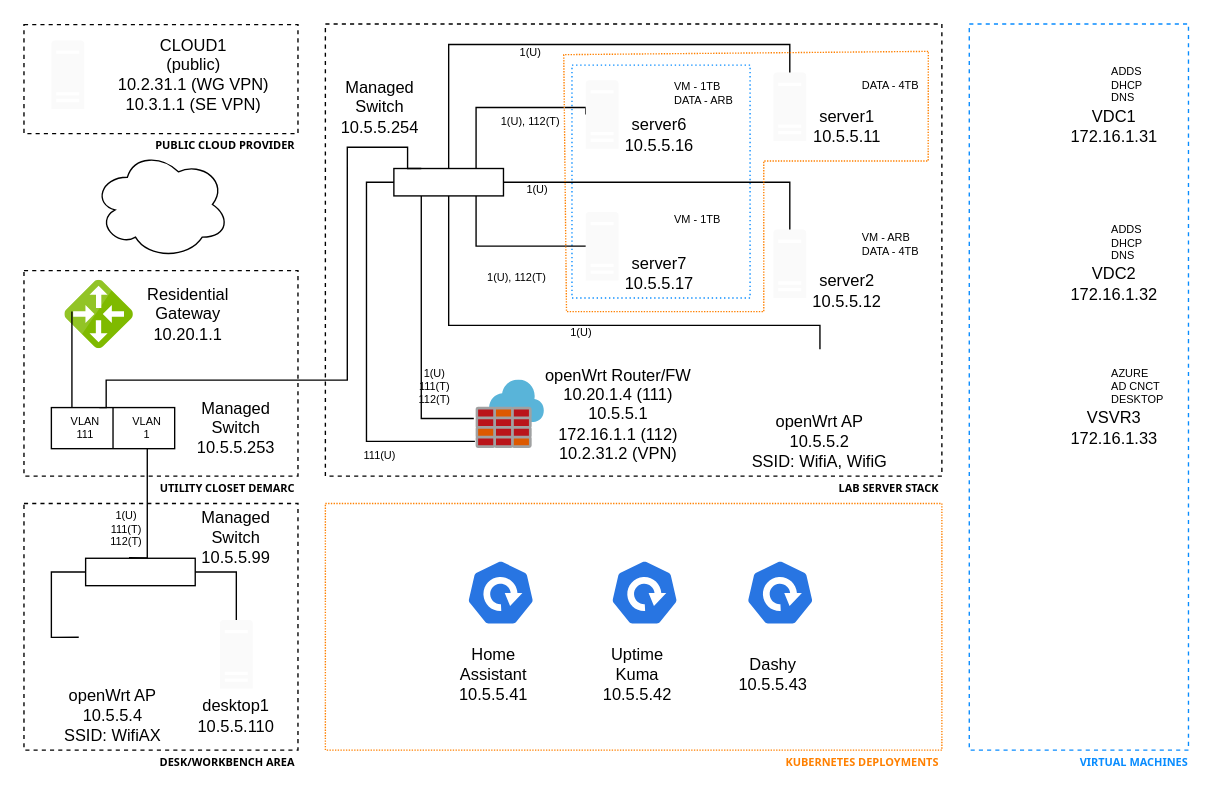
scottr131/lab keeps this draw.io diagram as lab diagram.drawio. Above is the earlier version. Source tidied: cells renumbered, new cells numbered last; positions are measured from the earlier drawing's top-left corner, leaving out a move shared by most shapes. Both pictures are drawn from the tidied source at 137%, with x=0, y=0 at pixel (23, 23).
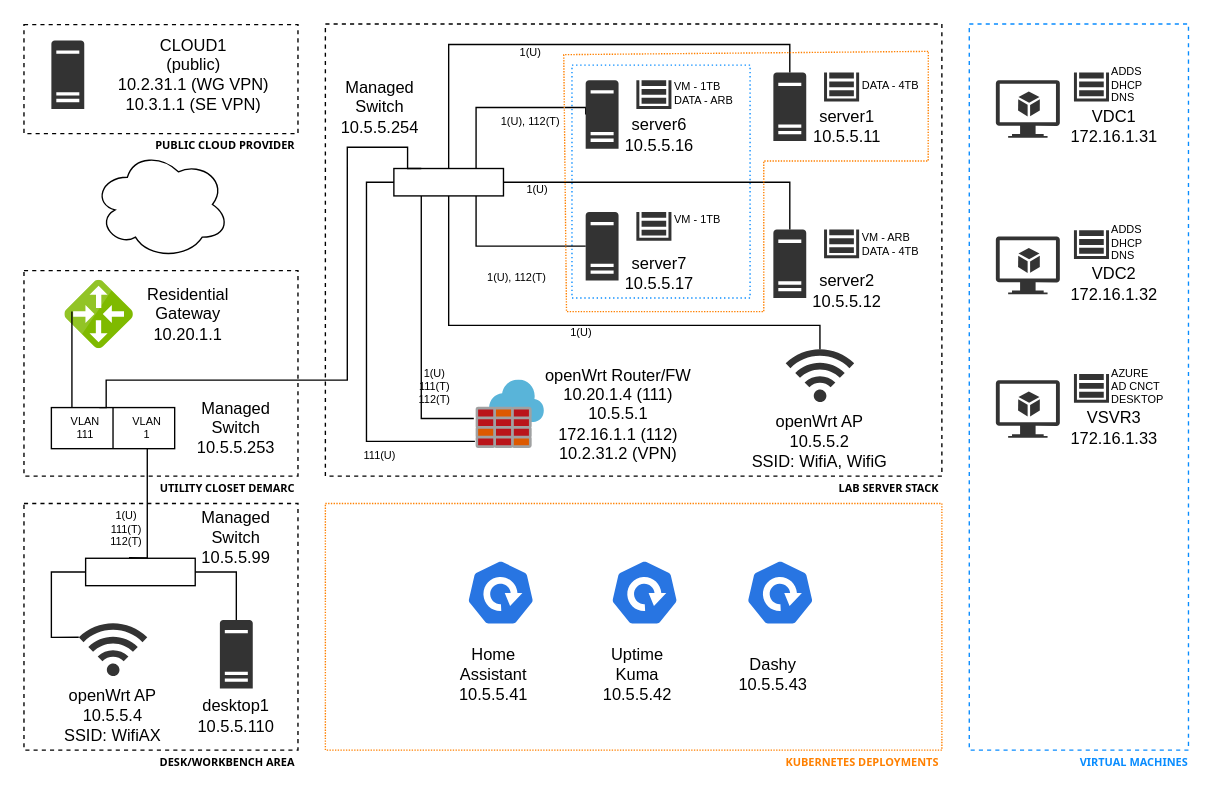
The same page after the edit.

Change to the diagram source:
```diff
@@
-    <mxCell id="24" style="sketch=0;shadow=0;dashed=0;html=1;strokeColor=none;labelPosition=center;verticalLabelPosition=bottom;verticalAlign=top;align=center;fillColor=#FFFFFF;shape=mxgraph.mscae.enterprise.wireless_connection;rotation=-90;" parent="1" vertex="1">
+    <mxCell id="24" style="sketch=0;shadow=0;dashed=0;html=1;strokeColor=none;labelPosition=center;verticalLabelPosition=bottom;verticalAlign=top;align=center;fillColor=#333333;shape=mxgraph.mscae.enterprise.wireless_connection;rotation=-90;" parent="1" vertex="1">
       <mxGeometry x="560" y="230" width="42" height="50" as="geometry" />
     </mxCell>
@@
-    <mxCell id="26" style="sketch=0;shadow=0;dashed=0;html=1;strokeColor=none;labelPosition=center;verticalLabelPosition=bottom;verticalAlign=top;align=center;fillColor=#fafafa;shape=mxgraph.mscae.enterprise.server_generic;" parent="1" vertex="1">
+    <mxCell id="26" style="sketch=0;shadow=0;dashed=0;html=1;strokeColor=none;labelPosition=center;verticalLabelPosition=bottom;verticalAlign=top;align=center;fillColor=#333333;shape=mxgraph.mscae.enterprise.server_generic;" parent="1" vertex="1">
       <mxGeometry x="410" y="41" width="24" height="50" as="geometry" />
     </mxCell>
-    <mxCell id="27" style="sketch=0;shadow=0;dashed=0;html=1;strokeColor=none;labelPosition=center;verticalLabelPosition=bottom;verticalAlign=top;align=center;fillColor=#ffffff;shape=mxgraph.mscae.enterprise.storage;" parent="1" vertex="1">
+    <mxCell id="27" style="sketch=0;shadow=0;dashed=0;html=1;strokeColor=none;labelPosition=center;verticalLabelPosition=bottom;verticalAlign=top;align=center;fillColor=#333333;shape=mxgraph.mscae.enterprise.storage;" parent="1" vertex="1">
       <mxGeometry x="447" y="41" width="25.6" height="21" as="geometry" />
     </mxCell>
@@
-    <mxCell id="29" style="sketch=0;shadow=0;dashed=0;html=1;strokeColor=none;labelPosition=center;verticalLabelPosition=bottom;verticalAlign=top;align=center;fillColor=#fafafa;shape=mxgraph.mscae.enterprise.server_generic;" parent="1" vertex="1">
+    <mxCell id="29" style="sketch=0;shadow=0;dashed=0;html=1;strokeColor=none;labelPosition=center;verticalLabelPosition=bottom;verticalAlign=top;align=center;fillColor=#333333;shape=mxgraph.mscae.enterprise.server_generic;" parent="1" vertex="1">
       <mxGeometry x="410" y="137.2" width="24" height="50" as="geometry" />
     </mxCell>
-    <mxCell id="30" style="sketch=0;shadow=0;dashed=0;html=1;strokeColor=none;labelPosition=center;verticalLabelPosition=bottom;verticalAlign=top;align=center;fillColor=#ffffff;shape=mxgraph.mscae.enterprise.storage;" parent="1" vertex="1">
+    <mxCell id="30" style="sketch=0;shadow=0;dashed=0;html=1;strokeColor=none;labelPosition=center;verticalLabelPosition=bottom;verticalAlign=top;align=center;fillColor=#333333;shape=mxgraph.mscae.enterprise.storage;" parent="1" vertex="1">
       <mxGeometry x="447" y="137.2" width="25.6" height="21" as="geometry" />
     </mxCell>
@@
-    <mxCell id="32" style="sketch=0;shadow=0;dashed=0;html=1;strokeColor=none;labelPosition=center;verticalLabelPosition=bottom;verticalAlign=top;align=center;fillColor=#fafafa;shape=mxgraph.mscae.enterprise.server_generic;" parent="1" vertex="1">
+    <mxCell id="32" style="sketch=0;shadow=0;dashed=0;html=1;strokeColor=none;labelPosition=center;verticalLabelPosition=bottom;verticalAlign=top;align=center;fillColor=#333333;shape=mxgraph.mscae.enterprise.server_generic;" parent="1" vertex="1">
       <mxGeometry x="547" y="35.5" width="24" height="50" as="geometry" />
     </mxCell>
-    <mxCell id="33" style="sketch=0;shadow=0;dashed=0;html=1;strokeColor=none;labelPosition=center;verticalLabelPosition=bottom;verticalAlign=top;align=center;fillColor=#ffffff;shape=mxgraph.mscae.enterprise.storage;" parent="1" vertex="1">
+    <mxCell id="33" style="sketch=0;shadow=0;dashed=0;html=1;strokeColor=none;labelPosition=center;verticalLabelPosition=bottom;verticalAlign=top;align=center;fillColor=#333333;shape=mxgraph.mscae.enterprise.storage;" parent="1" vertex="1">
       <mxGeometry x="584" y="35.5" width="25.6" height="21" as="geometry" />
     </mxCell>
@@
-    <mxCell id="35" style="sketch=0;shadow=0;dashed=0;html=1;strokeColor=none;labelPosition=center;verticalLabelPosition=bottom;verticalAlign=top;align=center;fillColor=#fafafa;shape=mxgraph.mscae.enterprise.server_generic;" parent="1" vertex="1">
+    <mxCell id="35" style="sketch=0;shadow=0;dashed=0;html=1;strokeColor=none;labelPosition=center;verticalLabelPosition=bottom;verticalAlign=top;align=center;fillColor=#333333;shape=mxgraph.mscae.enterprise.server_generic;" parent="1" vertex="1">
       <mxGeometry x="547" y="150" width="24" height="50" as="geometry" />
     </mxCell>
-    <mxCell id="36" style="sketch=0;shadow=0;dashed=0;html=1;strokeColor=none;labelPosition=center;verticalLabelPosition=bottom;verticalAlign=top;align=center;fillColor=#ffffff;shape=mxgraph.mscae.enterprise.storage;" parent="1" vertex="1">
+    <mxCell id="36" style="sketch=0;shadow=0;dashed=0;html=1;strokeColor=none;labelPosition=center;verticalLabelPosition=bottom;verticalAlign=top;align=center;fillColor=#333333;shape=mxgraph.mscae.enterprise.storage;" parent="1" vertex="1">
       <mxGeometry x="584" y="150" width="25.6" height="21" as="geometry" />
     </mxCell>
@@
-    <mxCell id="59" style="sketch=0;shadow=0;dashed=0;html=1;strokeColor=none;labelPosition=center;verticalLabelPosition=bottom;verticalAlign=top;align=center;fillColor=#ffffff;shape=mxgraph.mscae.enterprise.storage;" parent="1" vertex="1">
+    <mxCell id="59" style="sketch=0;shadow=0;dashed=0;html=1;strokeColor=none;labelPosition=center;verticalLabelPosition=bottom;verticalAlign=top;align=center;fillColor=#333333;shape=mxgraph.mscae.enterprise.storage;" parent="1" vertex="1">
       <mxGeometry x="766.4" y="35.5" width="25.6" height="21" as="geometry" />
     </mxCell>
@@
-    <mxCell id="62" style="sketch=0;shadow=0;dashed=0;html=1;strokeColor=none;labelPosition=center;verticalLabelPosition=bottom;verticalAlign=top;align=center;fillColor=#ffffff;shape=mxgraph.mscae.enterprise.storage;" parent="1" vertex="1">
+    <mxCell id="62" style="sketch=0;shadow=0;dashed=0;html=1;strokeColor=none;labelPosition=center;verticalLabelPosition=bottom;verticalAlign=top;align=center;fillColor=#333333;shape=mxgraph.mscae.enterprise.storage;" parent="1" vertex="1">
       <mxGeometry x="766.4" y="150.5" width="25.6" height="21" as="geometry" />
     </mxCell>
@@
-    <mxCell id="66" style="sketch=0;shadow=0;dashed=0;html=1;strokeColor=none;labelPosition=center;verticalLabelPosition=bottom;verticalAlign=top;align=center;fillColor=#ffffff;shape=mxgraph.mscae.enterprise.storage;" parent="1" vertex="1">
+    <mxCell id="66" style="sketch=0;shadow=0;dashed=0;html=1;strokeColor=none;labelPosition=center;verticalLabelPosition=bottom;verticalAlign=top;align=center;fillColor=#333333;shape=mxgraph.mscae.enterprise.storage;" parent="1" vertex="1">
       <mxGeometry x="766.4" y="255.5" width="25.6" height="21" as="geometry" />
     </mxCell>
@@
-    <mxCell id="73" style="sketch=0;shadow=0;dashed=0;html=1;strokeColor=none;labelPosition=center;verticalLabelPosition=bottom;verticalAlign=top;align=center;fillColor=#FFFFFF;shape=mxgraph.mscae.enterprise.wireless_connection;rotation=-90;" parent="1" vertex="1">
+    <mxCell id="73" style="sketch=0;shadow=0;dashed=0;html=1;strokeColor=none;labelPosition=center;verticalLabelPosition=bottom;verticalAlign=top;align=center;fillColor=#333333;shape=mxgraph.mscae.enterprise.wireless_connection;rotation=-90;" parent="1" vertex="1">
       <mxGeometry x="44" y="430" width="42" height="50" as="geometry" />
     </mxCell>
@@
-    <mxCell id="76" style="sketch=0;shadow=0;dashed=0;html=1;strokeColor=none;labelPosition=center;verticalLabelPosition=bottom;verticalAlign=top;align=center;fillColor=#fafafa;shape=mxgraph.mscae.enterprise.server_generic;" parent="1" vertex="1">
+    <mxCell id="76" style="sketch=0;shadow=0;dashed=0;html=1;strokeColor=none;labelPosition=center;verticalLabelPosition=bottom;verticalAlign=top;align=center;fillColor=#333333;shape=mxgraph.mscae.enterprise.server_generic;" parent="1" vertex="1">
       <mxGeometry x="143" y="435" width="24" height="50" as="geometry" />
     </mxCell>
@@
-    <mxCell id="79" style="sketch=0;shadow=0;dashed=0;html=1;strokeColor=none;labelPosition=center;verticalLabelPosition=bottom;verticalAlign=top;align=center;fillColor=#fafafa;shape=mxgraph.mscae.enterprise.server_generic;" parent="1" vertex="1">
+    <mxCell id="79" style="sketch=0;shadow=0;dashed=0;html=1;strokeColor=none;labelPosition=center;verticalLabelPosition=bottom;verticalAlign=top;align=center;fillColor=#333333;shape=mxgraph.mscae.enterprise.server_generic;" parent="1" vertex="1">
       <mxGeometry x="20" y="12" width="24" height="50" as="geometry" />
     </mxCell>
@@
-    <mxCell id="82" style="sketch=0;shadow=0;dashed=0;html=1;strokeColor=none;labelPosition=center;verticalLabelPosition=bottom;verticalAlign=top;align=center;fillColor=#FFFFFF;shape=mxgraph.azure.virtual_machine_feature;" parent="1" vertex="1">
+    <mxCell id="82" style="sketch=0;shadow=0;dashed=0;html=1;strokeColor=none;labelPosition=center;verticalLabelPosition=bottom;verticalAlign=top;align=center;fillColor=#333333;shape=mxgraph.azure.virtual_machine_feature;" parent="1" vertex="1">
       <mxGeometry x="709.4" y="41" width="46.7" height="42" as="geometry" />
     </mxCell>
-    <mxCell id="83" style="sketch=0;shadow=0;dashed=0;html=1;strokeColor=none;labelPosition=center;verticalLabelPosition=bottom;verticalAlign=top;align=center;fillColor=#FFFFFF;shape=mxgraph.azure.virtual_machine_feature;" parent="1" vertex="1">
+    <mxCell id="83" style="sketch=0;shadow=0;dashed=0;html=1;strokeColor=none;labelPosition=center;verticalLabelPosition=bottom;verticalAlign=top;align=center;fillColor=#333333;shape=mxgraph.azure.virtual_machine_feature;" parent="1" vertex="1">
       <mxGeometry x="709.4" y="155.2" width="46.7" height="42" as="geometry" />
     </mxCell>
-    <mxCell id="84" style="sketch=0;shadow=0;dashed=0;html=1;strokeColor=none;labelPosition=center;verticalLabelPosition=bottom;verticalAlign=top;align=center;fillColor=#FFFFFF;shape=mxgraph.azure.virtual_machine_feature;" parent="1" vertex="1">
+    <mxCell id="84" style="sketch=0;shadow=0;dashed=0;html=1;strokeColor=none;labelPosition=center;verticalLabelPosition=bottom;verticalAlign=top;align=center;fillColor=#333333;shape=mxgraph.azure.virtual_machine_feature;" parent="1" vertex="1">
       <mxGeometry x="709.4" y="260" width="46.7" height="42" as="geometry" />
     </mxCell>
```
